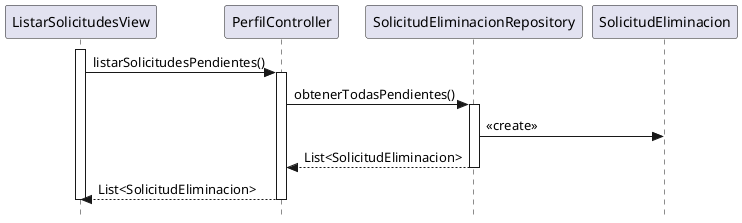
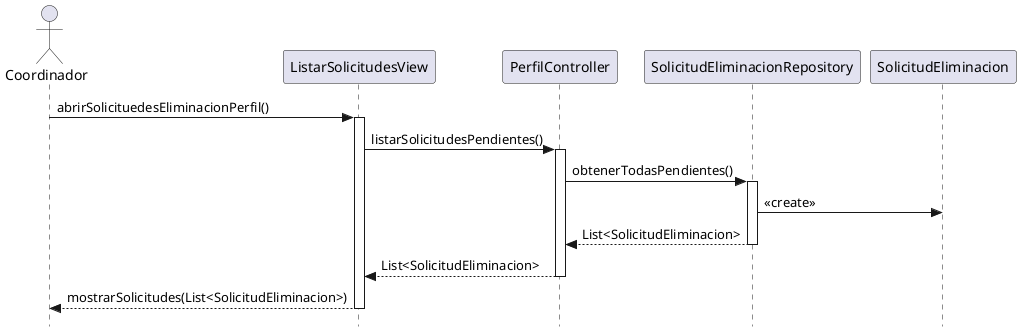
@startuml abrirSolicitudesEliminacionPerfil-diseño
skinparam style strictuml
skinparam backgroundColor white
skinparam shadowing false

+ actor Coordinador
participant "ListarSolicitudesView" as View
participant "PerfilController" as Controller
participant "SolicitudEliminacionRepository" as Repo
participant "SolicitudEliminacion" as Model

+ Coordinador -> View: abrirSolicituedesEliminacionPerfil()
activate View
View -> Controller: listarSolicitudesPendientes()
activate Controller
Controller -> Repo: obtenerTodasPendientes()
activate Repo
Repo -> Model: <<create>>
Repo --> Controller: List<SolicitudEliminacion>
deactivate Repo
Controller --> View: List<SolicitudEliminacion>
deactivate Controller
+ View --> Coordinador: mostrarSolicitudes(List<SolicitudEliminacion>)
deactivate View
@enduml
